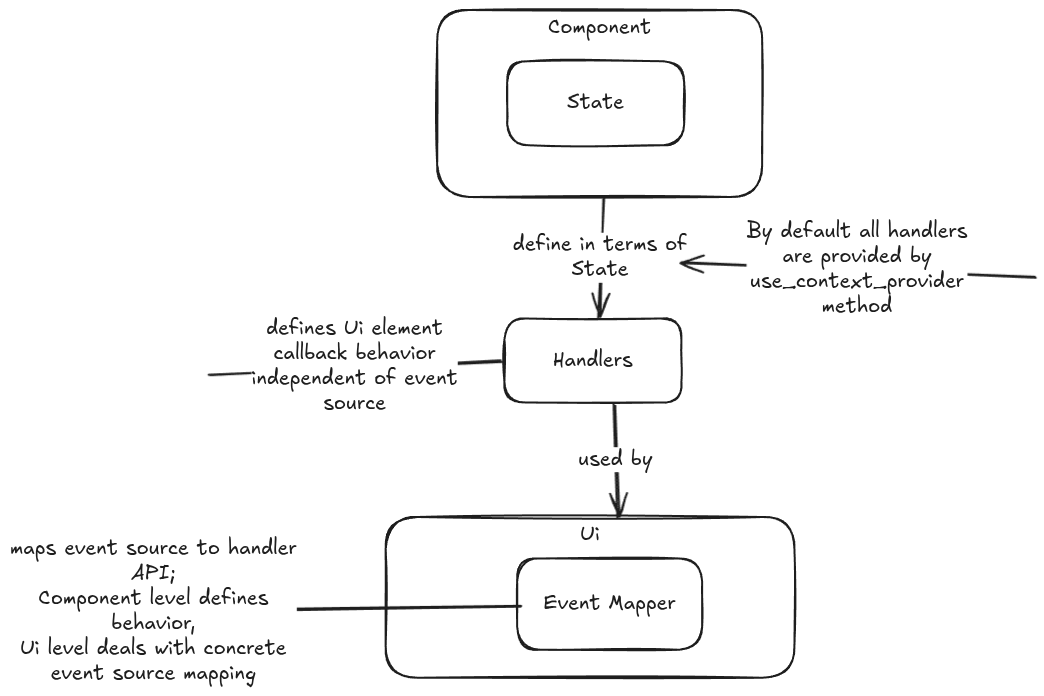
skullim/beetry keeps this Excalidraw diagram as beetry-editor-frontend/docs/layers.excalidraw.png. Above is the earlier version. Source tidied: one line per element, renumbered; positions are measured from the earlier drawing's top-left corner, leaving out a move shared by most shapes.
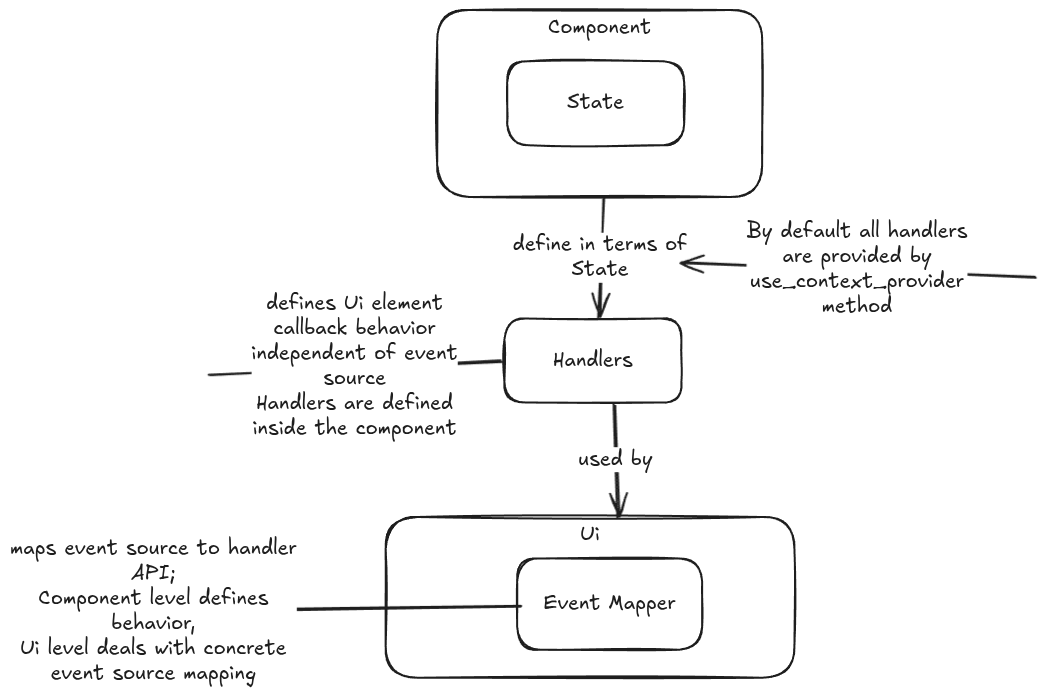
Above is the later version.

Change to the diagram source:
```diff
@@ -15,6 +15,6 @@
 {"id": 14, "type": "arrow", "strokeColor": "#1e1e1e", "strokeWidth": 2, "roughness": 1, "round": true, "to": 12, "x": 0, "y": 613, "width": 418, "height": 17, "points": [[0, 0], [51, -12], [418, -17]]}
 {"id": 15, "type": "text", "text": "maps event source to handler\nAPI;\nComponent level defines\nbehavior,\nUi level deals with concrete\nevent source mapping", "strokeColor": "#1e1e1e", "strokeWidth": 2, "roughness": 1, "fontSize": 20, "fontFamily": 5, "textAlign": "center", "verticalAlign": "middle", "inside": 14, "x": 212, "y": 654, "width": 287, "height": 150}
 {"id": 16, "type": "arrow", "strokeColor": "#1e1e1e", "strokeWidth": 2, "roughness": 1, "round": true, "to": 6, "x": 106, "y": 364, "width": 292, "height": 14, "points": [[0, 0], [292, -14]]}
-{"id": 17, "type": "text", "text": "defines Ui element\ncallback behavior\nindependent of event\nsource", "strokeColor": "#1e1e1e", "strokeWidth": 2, "roughness": 1, "fontSize": 20, "fontFamily": 5, "textAlign": "center", "verticalAlign": "middle", "inside": 16, "x": 188, "y": 310, "width": 206, "height": 100}
+{"id": 17, "type": "text", "text": "defines Ui element\ncallback behavior\nindependent of event\nsource\nHandlers are defined\ninside the component", "strokeColor": "#1e1e1e", "strokeWidth": 2, "roughness": 1, "fontSize": 20, "fontFamily": 5, "textAlign": "center", "verticalAlign": "middle", "inside": 16, "x": 149, "y": 282, "width": 206, "height": 150}
 {"id": 18, "type": "arrow", "strokeColor": "#1e1e1e", "strokeWidth": 2, "roughness": 1, "endArrowhead": "arrow", "round": true, "x": 931, "y": 267, "width": 353, "height": 14, "points": [[0, 0], [-353, -14]]}
 {"id": 19, "type": "text", "text": "By default all handlers\nare provided by\nuse_context_provider\nmethod", "strokeColor": "#1e1e1e", "strokeWidth": 2, "roughness": 1, "fontSize": 20, "fontFamily": 5, "textAlign": "center", "verticalAlign": "middle", "inside": 18, "x": 644, "y": 210, "width": 221, "height": 100}
```
